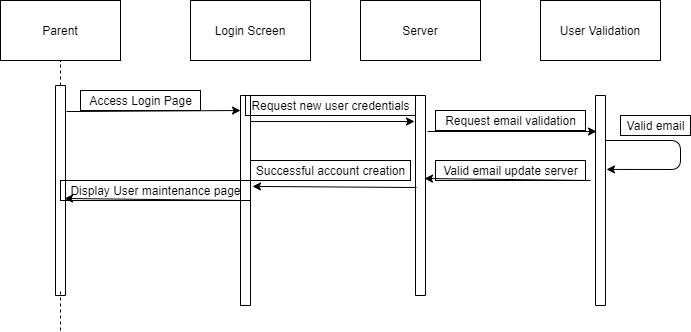
The draw.io diagram Deliverables/Week_3/Use_Case/Parent/Sequence Diagrams/Registration.png in Hanandrof/Group-3-Repository, before a commit. Source tidied: cells renumbered, new cells last; positions are measured from the earlier drawing's top-left corner, leaving out a move shared by most shapes.
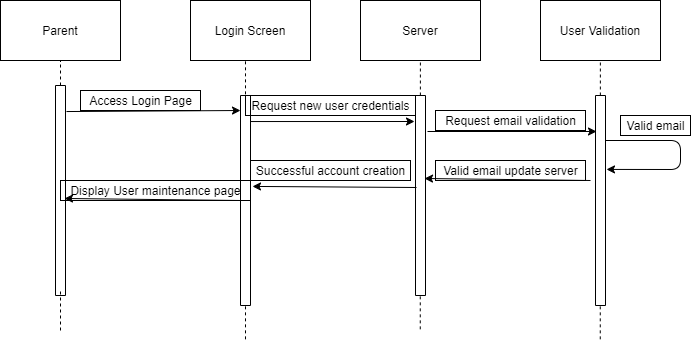
Above is the later version.

The edit, as a diff of the source:
```diff
@@ -90,5 +90,40 @@
     <mxCell id="25" value="Display User maintenance page" style="text;html=1;align=center;verticalAlign=middle;strokeColor=#000000;" parent="1" vertex="1">
       <mxGeometry x="60" y="180" width="190" height="20" as="geometry" />
     </mxCell>
+    <mxCell id="26" style="endArrow=none;dashed=1;html=1;entryX=0.5;entryY=1;entryDx=0;entryDy=0;exitX=0;exitY=-0.058;exitDx=0;exitDy=0;exitPerimeter=0;" parent="1" edge="1" source="15">
+      <mxGeometry relative="1" as="geometry">
+        <mxPoint x="245" y="60" as="targetPoint" />
+      </mxGeometry>
+    </mxCell>
+    <mxCell id="27" style="endArrow=none;dashed=1;html=1;entryX=0.5;entryY=1;entryDx=0;entryDy=0;exitX=0;exitY=-0.058;exitDx=0;exitDy=0;exitPerimeter=0;" parent="1" edge="1">
+      <mxGeometry relative="1" as="geometry">
+        <mxPoint x="419.9" y="95" as="sourcePoint" />
+        <mxPoint x="419.9" y="61.2" as="targetPoint" />
+      </mxGeometry>
+    </mxCell>
+    <mxCell id="28" style="endArrow=none;dashed=1;html=1;entryX=0.5;entryY=1;entryDx=0;entryDy=0;exitX=0;exitY=-0.058;exitDx=0;exitDy=0;exitPerimeter=0;" parent="1" edge="1">
+      <mxGeometry relative="1" as="geometry">
+        <mxPoint x="599.9" y="95" as="sourcePoint" />
+        <mxPoint x="599.9" y="61.2" as="targetPoint" />
+      </mxGeometry>
+    </mxCell>
+    <mxCell id="29" style="endArrow=none;dashed=1;html=1;entryX=0.5;entryY=1;entryDx=0;entryDy=0;exitX=0;exitY=-0.058;exitDx=0;exitDy=0;exitPerimeter=0;" parent="1" edge="1">
+      <mxGeometry relative="1" as="geometry">
+        <mxPoint x="599.8" y="338.8" as="sourcePoint" />
+        <mxPoint x="599.8" y="305" as="targetPoint" />
+      </mxGeometry>
+    </mxCell>
+    <mxCell id="30" style="endArrow=none;dashed=1;html=1;entryX=0.5;entryY=1;entryDx=0;entryDy=0;exitX=0;exitY=-0.058;exitDx=0;exitDy=0;exitPerimeter=0;" parent="1" edge="1">
+      <mxGeometry relative="1" as="geometry">
+        <mxPoint x="419.8" y="328.8" as="sourcePoint" />
+        <mxPoint x="419.8" y="295" as="targetPoint" />
+      </mxGeometry>
+    </mxCell>
+    <mxCell id="31" style="endArrow=none;dashed=1;html=1;entryX=0.5;entryY=1;entryDx=0;entryDy=0;exitX=0;exitY=-0.058;exitDx=0;exitDy=0;exitPerimeter=0;" parent="1" edge="1">
+      <mxGeometry relative="1" as="geometry">
+        <mxPoint x="245" y="338.8" as="sourcePoint" />
+        <mxPoint x="245" y="305" as="targetPoint" />
+      </mxGeometry>
+    </mxCell>
   </root>
 </mxGraphModel>
```
